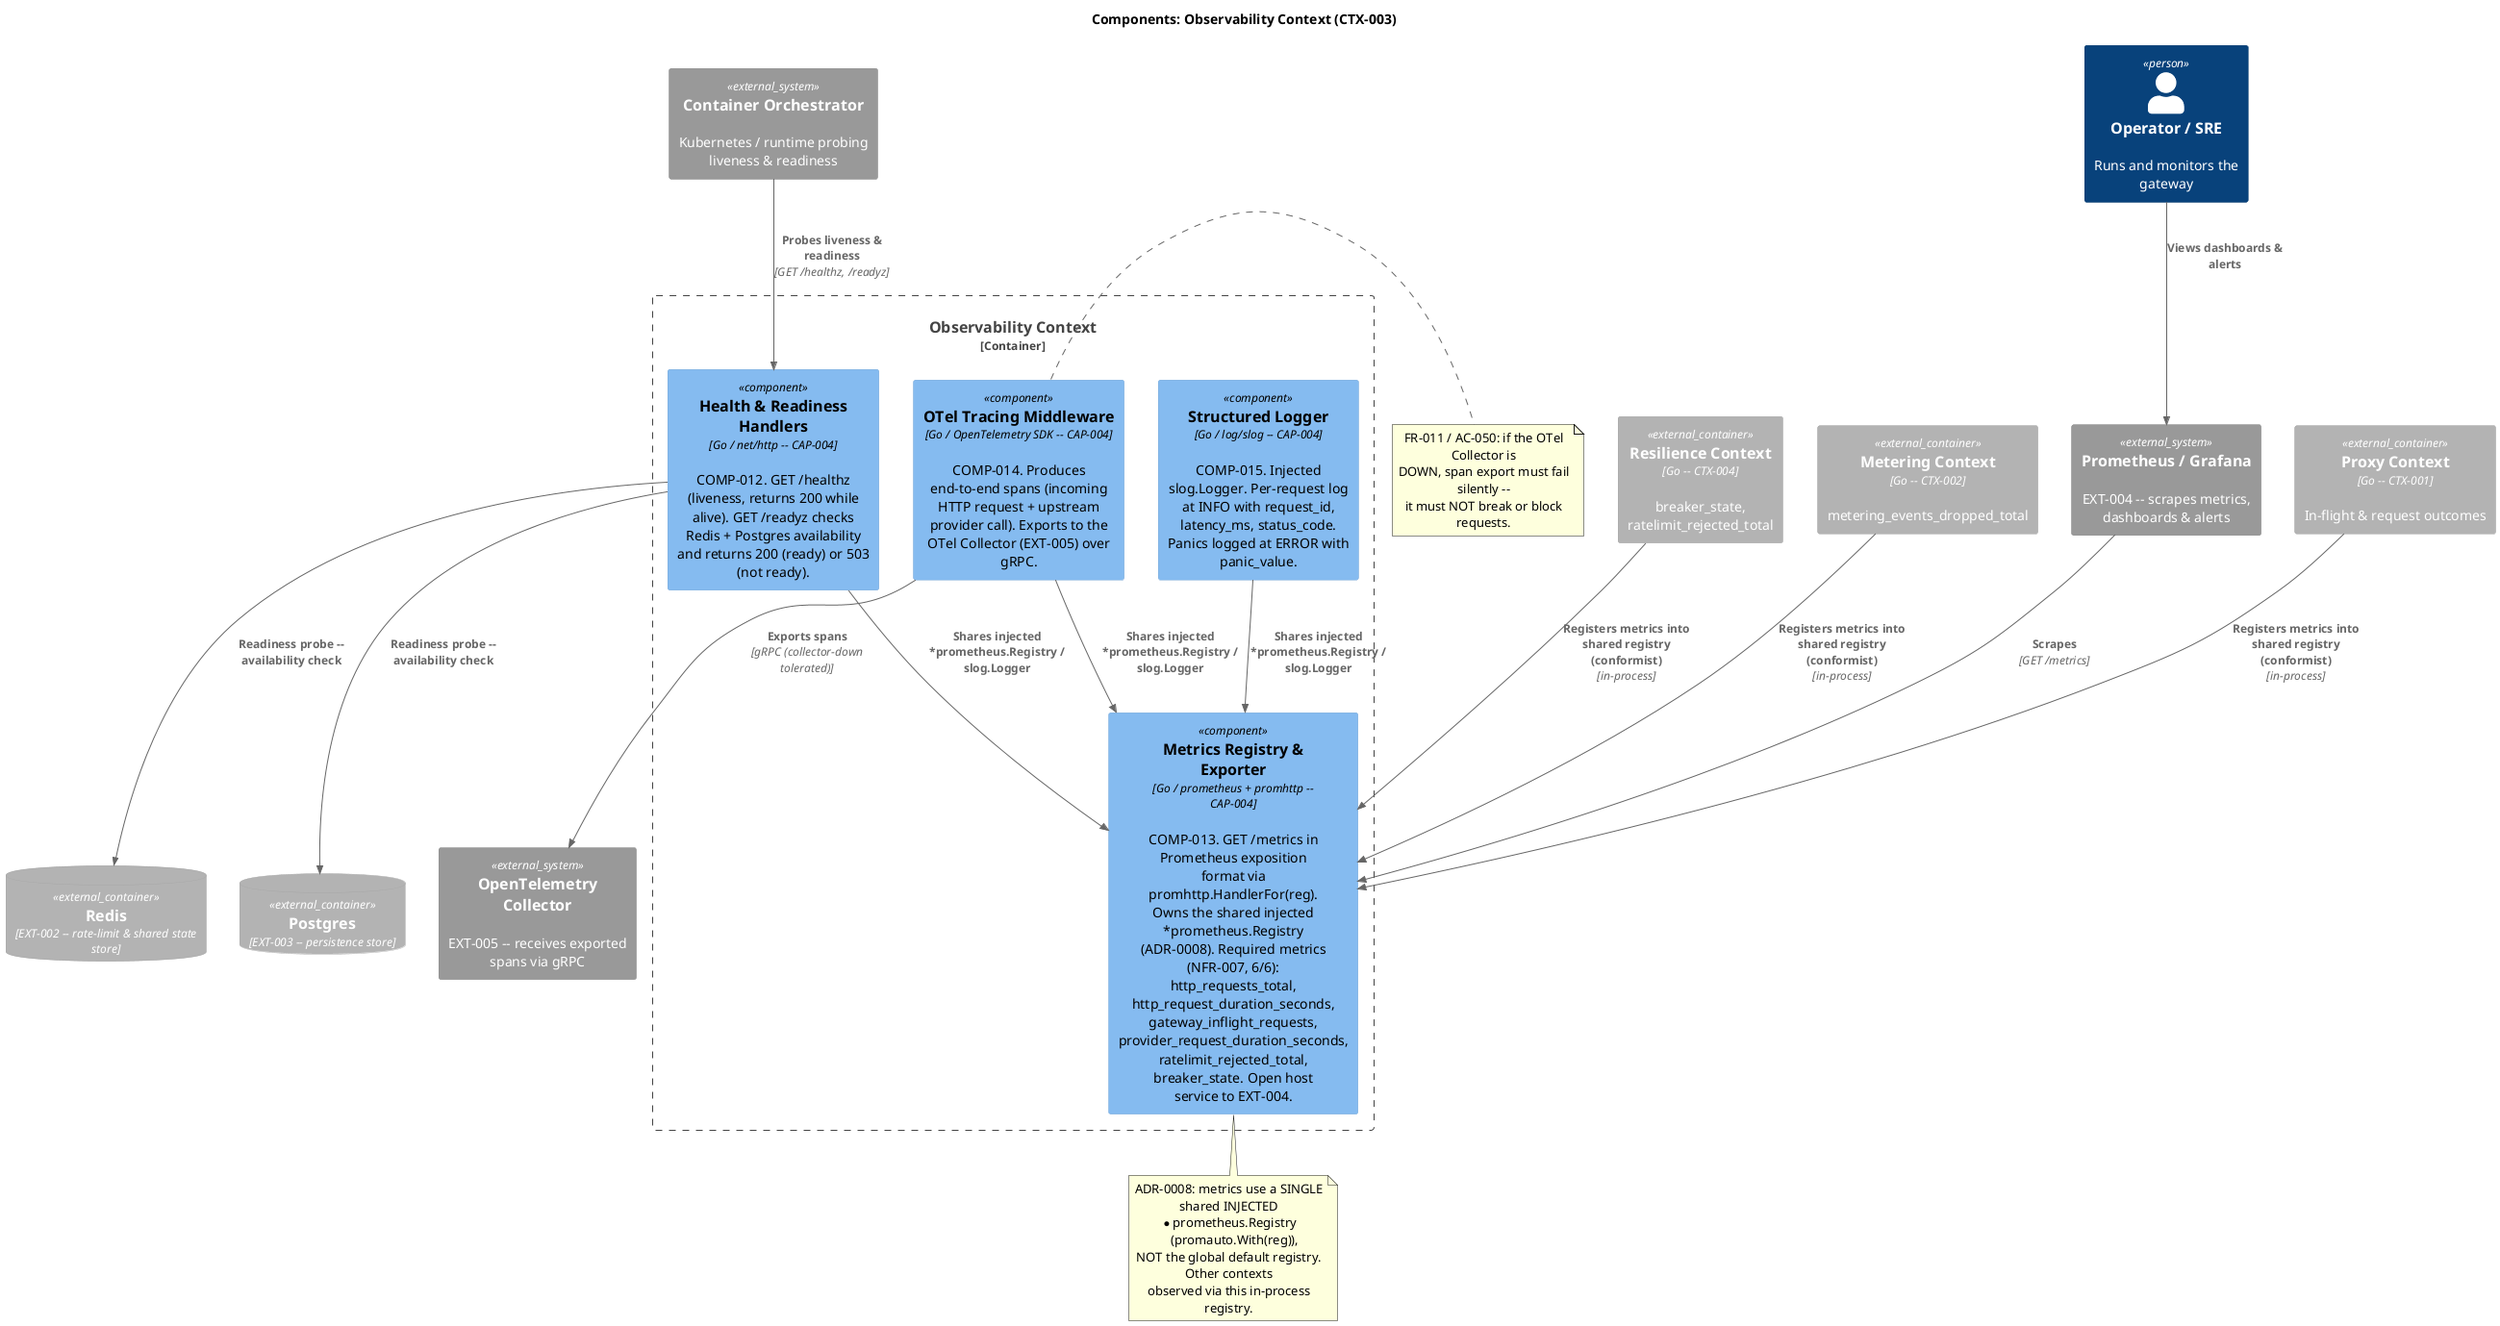
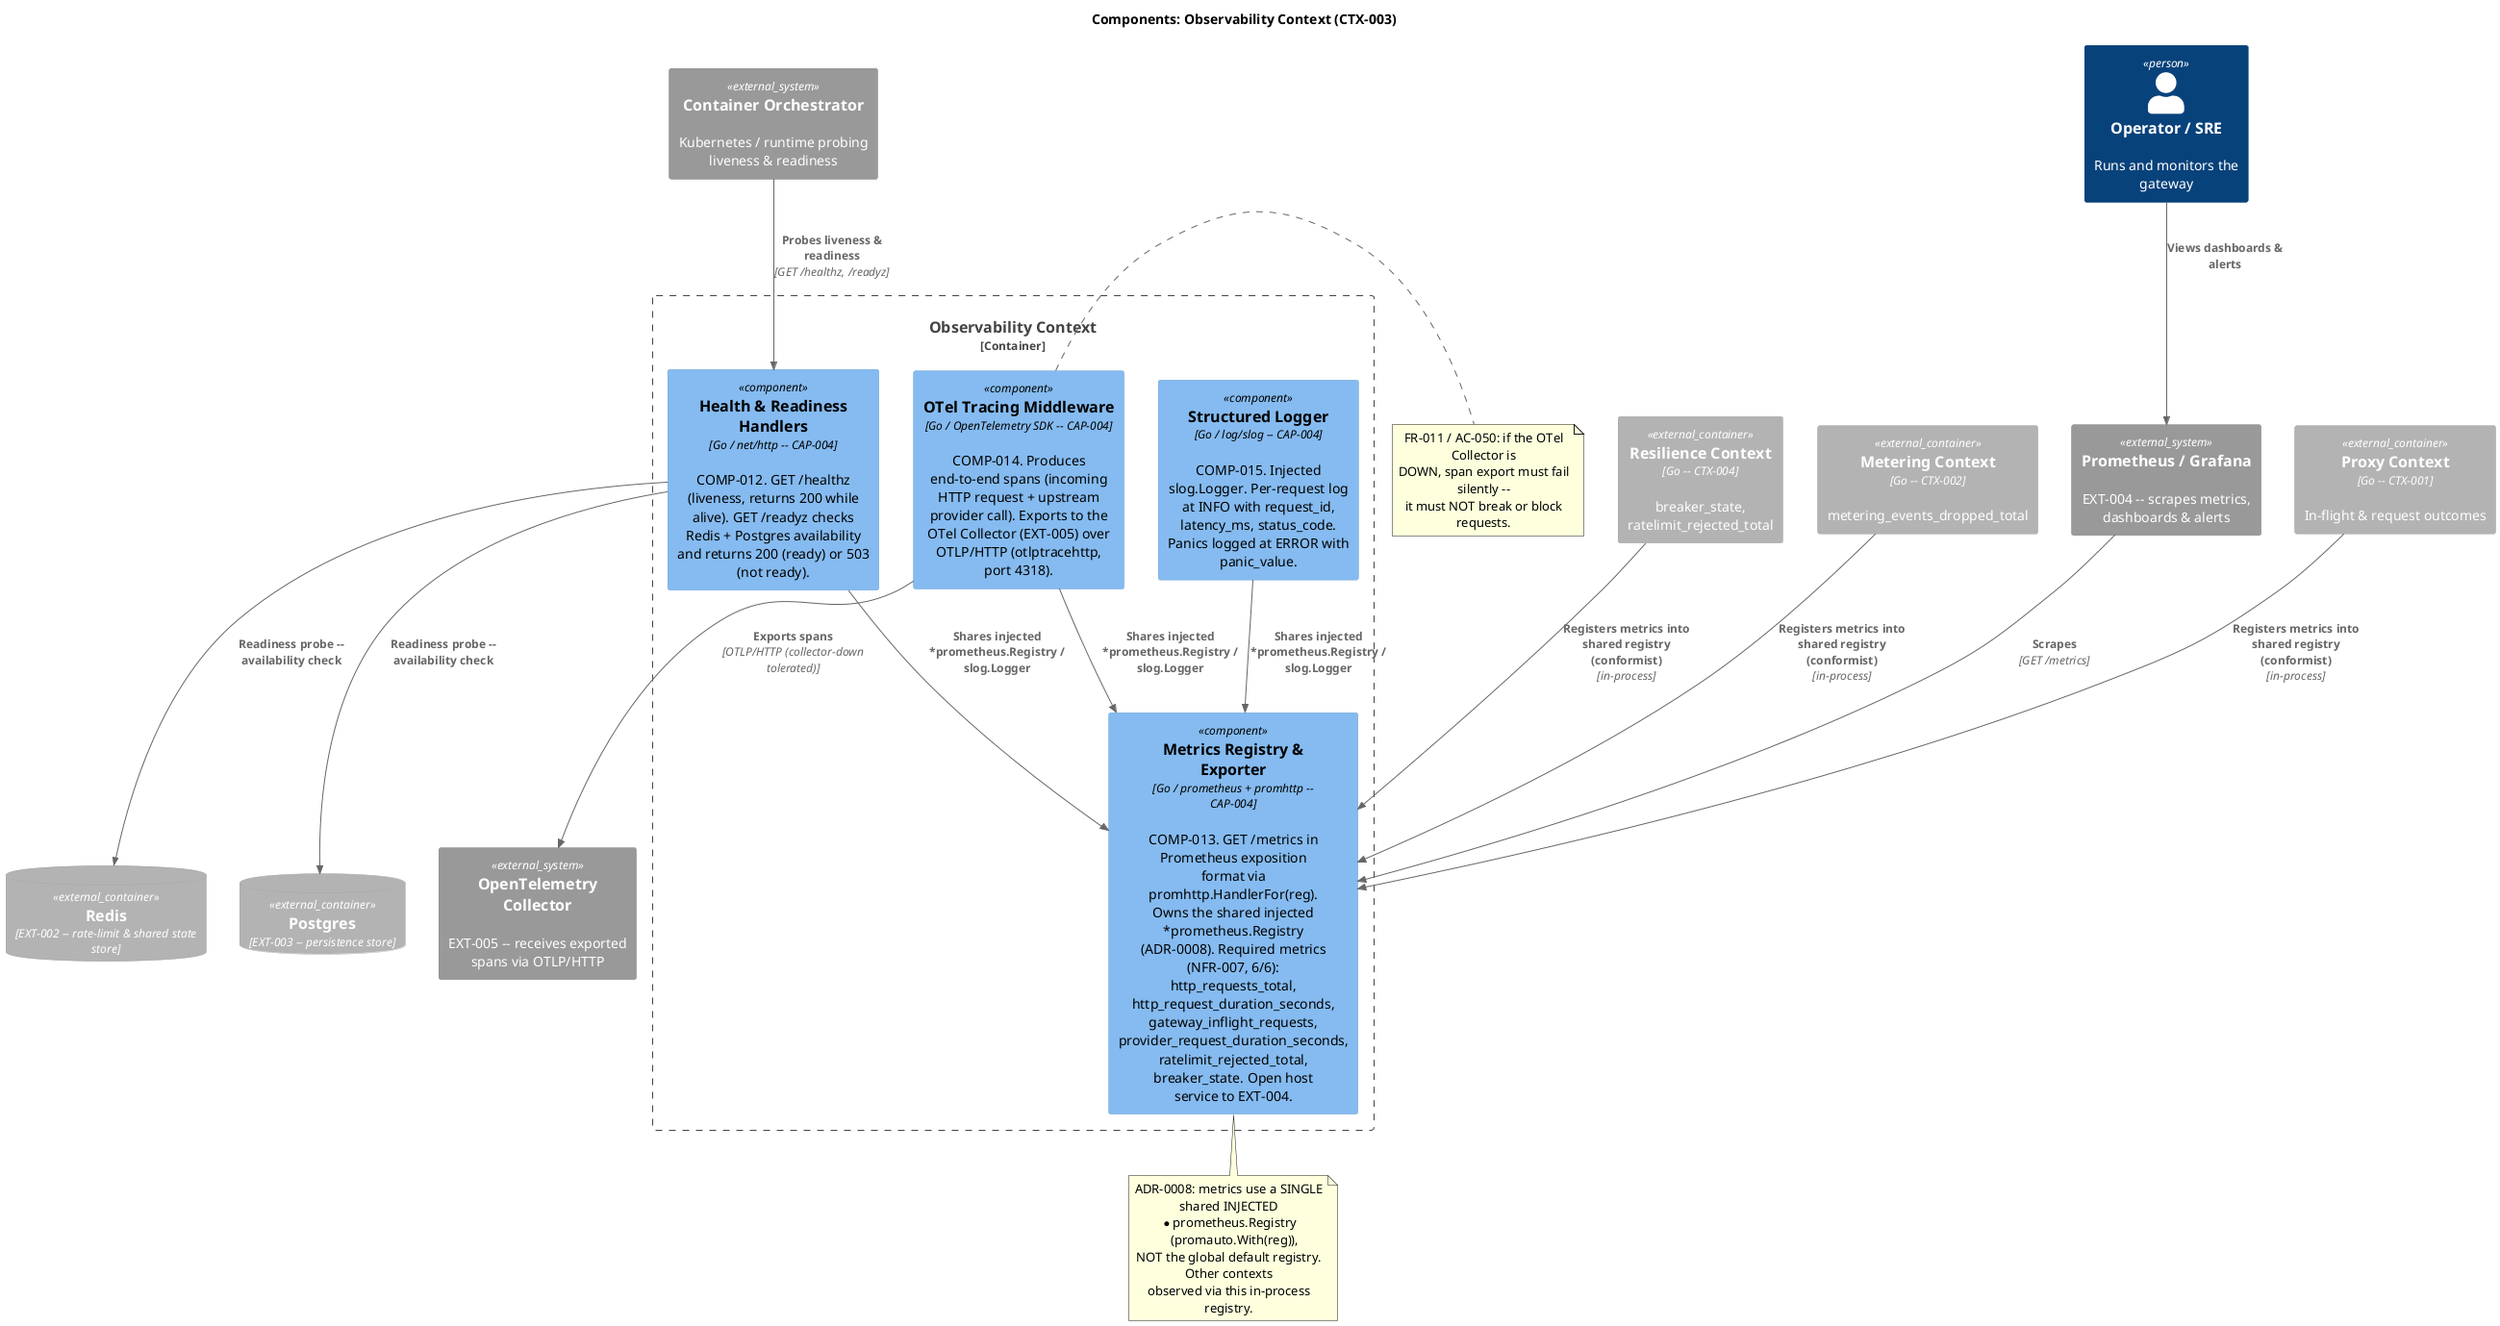
@startuml
' ============================================================================
' Components: Observability Context (CTX-003)
' sluice -- LLM gateway (single Go service), C4 Level 3 component diagram.
'
' Scope: this file draws ONLY the components of bounded context CTX-003.
' For the full COMP inventory across all contexts, see the overview file:
'   components-proxy.puml
'
' Locked decisions reflected here:
'   ADR-0008 -- a SINGLE shared INJECTED *prometheus.Registry
'               (promauto.With(reg)), NOT the global default; metrics are
'               exposed via promhttp.HandlerFor(reg, ...). OTel tracing is
'               implemented as middleware. slog.Logger is injected.
'               Observability READS state of other contexts (Proxy,
'               Resilience, Metering) through the shared in-process registry
'               -- a conformist relationship.
' ============================================================================
!include <C4/C4_Component>

title Components: Observability Context (CTX-003)

Person(operator, "Operator / SRE", "Runs and monitors the gateway")
System_Ext(orchestrator, "Container Orchestrator", "Kubernetes / runtime probing liveness & readiness")
System_Ext(prometheus, "Prometheus / Grafana", "EXT-004 -- scrapes metrics, dashboards & alerts")
- System_Ext(otel, "OpenTelemetry Collector", "EXT-005 -- receives exported spans via gRPC")
+ System_Ext(otel, "OpenTelemetry Collector", "EXT-005 -- receives exported spans via OTLP/HTTP")
ContainerDb_Ext(redis, "Redis", "EXT-002 -- rate-limit & shared state store")
ContainerDb_Ext(postgres, "Postgres", "EXT-003 -- persistence store")

Container_Boundary(observability, "Observability Context") {

    Component(comp012, "Health & Readiness Handlers", "Go / net/http -- CAP-004", "COMP-012. GET /healthz (liveness, returns 200 while alive). GET /readyz checks Redis + Postgres availability and returns 200 (ready) or 503 (not ready).")

    Component(comp013, "Metrics Registry & Exporter", "Go / prometheus + promhttp -- CAP-004", "COMP-013. GET /metrics in Prometheus exposition format via promhttp.HandlerFor(reg). Owns the shared injected *prometheus.Registry (ADR-0008). Required metrics (NFR-007, 6/6): http_requests_total, http_request_duration_seconds, gateway_inflight_requests, provider_request_duration_seconds, ratelimit_rejected_total, breaker_state. Open host service to EXT-004.")

-     Component(comp014, "OTel Tracing Middleware", "Go / OpenTelemetry SDK -- CAP-004", "COMP-014. Produces end-to-end spans (incoming HTTP request + upstream provider call). Exports to the OTel Collector (EXT-005) over gRPC.")
+     Component(comp014, "OTel Tracing Middleware", "Go / OpenTelemetry SDK -- CAP-004", "COMP-014. Produces end-to-end spans (incoming HTTP request + upstream provider call). Exports to the OTel Collector (EXT-005) over OTLP/HTTP (otlptracehttp, port 4318).")

    Component(comp015, "Structured Logger", "Go / log/slog -- CAP-004", "COMP-015. Injected slog.Logger. Per-request log at INFO with request_id, latency_ms, status_code. Panics logged at ERROR with panic_value.")
}

' --- Observed contexts (referenced, not drawn in full). They register
' --- metrics INTO the shared injected *prometheus.Registry (conformist).
Container_Ext(proxy, "Proxy Context", "Go -- CTX-001", "In-flight & request outcomes")
Container_Ext(resilience, "Resilience Context", "Go -- CTX-004", "breaker_state, ratelimit_rejected_total")
Container_Ext(metering, "Metering Context", "Go -- CTX-002", "metering_events_dropped_total")

' ---------------------------------------------------------------------------
' Relationships
' ---------------------------------------------------------------------------

' Scrape / probe entry points
Rel(operator, prometheus, "Views dashboards & alerts")
Rel(prometheus, comp013, "Scrapes", "GET /metrics")
Rel(orchestrator, comp012, "Probes liveness & readiness", "GET /healthz, /readyz")

' Readiness dependency checks
Rel(comp012, redis, "Readiness probe -- availability check")
Rel(comp012, postgres, "Readiness probe -- availability check")

' Tracing export
- Rel(comp014, otel, "Exports spans", "gRPC (collector-down tolerated)")
+ Rel(comp014, otel, "Exports spans", "OTLP/HTTP (collector-down tolerated)")

' Shared injected registry + logger across all four components (ADR-0008)
Rel(comp012, comp013, "Shares injected *prometheus.Registry / slog.Logger")
Rel(comp014, comp013, "Shares injected *prometheus.Registry / slog.Logger")
Rel(comp015, comp013, "Shares injected *prometheus.Registry / slog.Logger")

' Other contexts register metrics into the shared registry read by COMP-013
Rel(proxy, comp013, "Registers metrics into shared registry (conformist)", "in-process")
Rel(resilience, comp013, "Registers metrics into shared registry (conformist)", "in-process")
Rel(metering, comp013, "Registers metrics into shared registry (conformist)", "in-process")

' ---------------------------------------------------------------------------
' Notes
' ---------------------------------------------------------------------------
note right of comp014
  FR-011 / AC-050: if the OTel Collector is
  DOWN, span export must fail silently --
  it must NOT break or block requests.
end note

note bottom of comp013
  ADR-0008: metrics use a SINGLE shared INJECTED
  *prometheus.Registry (promauto.With(reg)),
  NOT the global default registry. Other contexts
  observed via this in-process registry.
end note

@enduml
